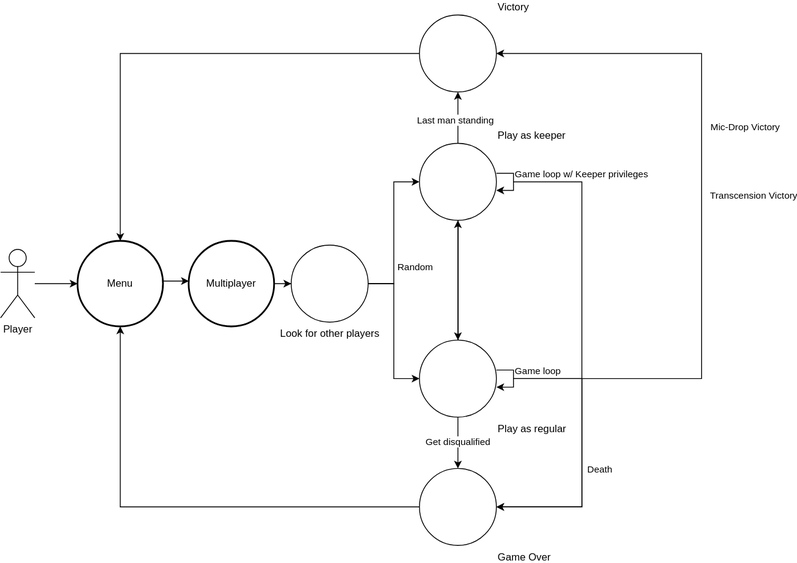
Before: TheProspector/Assets/Schematics/Use_case.svg, a diagram exported from draw.io (SakuNurmiranta/TheProspector). Source tidied: cells renumbered, new cells last; positions are measured from the earlier drawing's top-left corner, leaving out a move shared by most shapes.
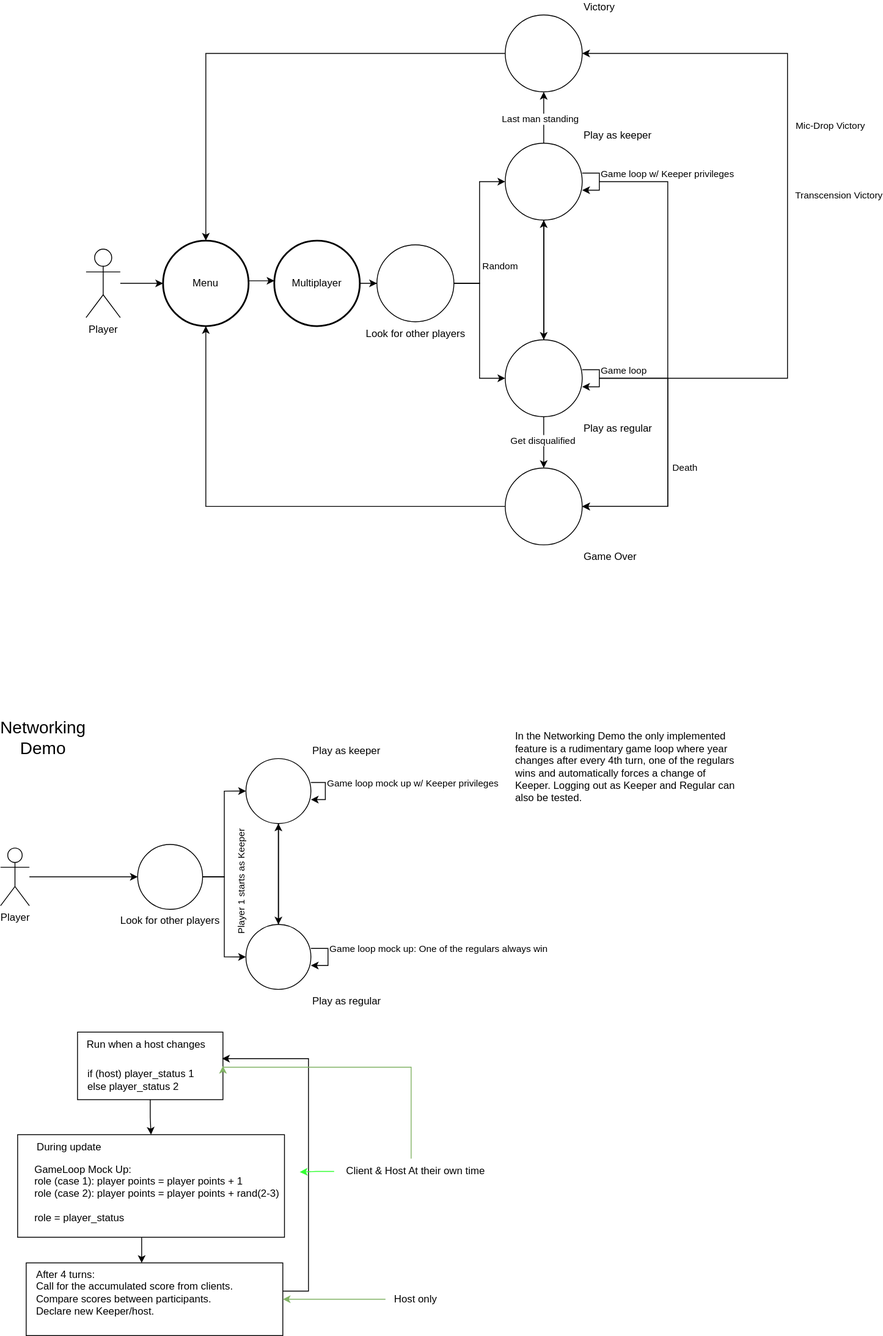
Above is the later version.

Change to the diagram source:
```diff
@@ -132,5 +132,132 @@
     <mxCell id="32" style="edgeStyle=orthogonalEdgeStyle;rounded=0;jettySize=auto;html=1;entryX=0;entryY=0.5;entryDx=0;entryDy=0;entryPerimeter=0;" parent="1" edge="1" source="2" target="30">
       <mxGeometry relative="1" as="geometry" />
     </mxCell>
+    <mxCell id="33" value="Networking Demo" style="text;html=1;strokeColor=none;fillColor=none;align=center;verticalAlign=middle;whiteSpace=wrap;rounded=0;fontSize=20;" parent="1" vertex="1">
+      <mxGeometry x="-80" y="830" width="60" height="30" as="geometry" />
+    </mxCell>
+    <mxCell id="34" value="In the Networking Demo the only implemented feature is a rudimentary game loop where year changes after every 4th turn, one of the regulars wins and automatically forces a change of Keeper. Logging out as Keeper and Regular can also be tested." style="text;html=1;strokeColor=none;fillColor=none;align=left;verticalAlign=middle;whiteSpace=wrap;rounded=0;labelPosition=center;verticalLabelPosition=middle;" parent="1" vertex="1">
+      <mxGeometry x="500" y="830" width="260" height="100" as="geometry" />
+    </mxCell>
+    <mxCell id="35" style="group;" parent="1" vertex="1">
+      <mxGeometry x="-100" y="870" width="379.7" height="270" as="geometry" />
+    </mxCell>
+    <mxCell id="36" value="Player&lt;br&gt;" style="shape=umlActor;verticalLabelPosition=bottom;verticalAlign=top;html=1;" parent="35" vertex="1">
+      <mxGeometry y="104.6" width="33.8" height="67.5" as="geometry" />
+    </mxCell>
+    <mxCell id="37" value="Look for other players" style="verticalLabelPosition=bottom;verticalAlign=top;html=1;shape=mxgraph.flowchart.on-page_reference;" parent="35" vertex="1">
+      <mxGeometry x="160.3" y="100.4" width="75.9" height="75.9" as="geometry" />
+    </mxCell>
+    <mxCell id="38" style="edgeStyle=orthogonalEdgeStyle;rounded=0;jettySize=auto;html=1;" parent="35" edge="1" source="36" target="37">
+      <mxGeometry relative="1" as="geometry" />
+    </mxCell>
+    <mxCell id="39" style="edgeStyle=orthogonalEdgeStyle;rounded=0;jettySize=auto;html=1;" parent="35" edge="1" source="40">
+      <mxGeometry relative="1" as="geometry">
+        <mxPoint x="324.8" y="227.8" as="targetPoint" />
+      </mxGeometry>
+    </mxCell>
+    <mxCell id="40" value="Play as keeper" style="verticalLabelPosition=top;verticalAlign=bottom;html=1;shape=mxgraph.flowchart.on-page_reference;labelPosition=right;align=left;" parent="35" vertex="1">
+      <mxGeometry x="286.9" width="75.9" height="75.9" as="geometry" />
+    </mxCell>
+    <mxCell id="41" value="Play as regular&lt;br&gt;" style="verticalLabelPosition=bottom;verticalAlign=top;html=1;shape=mxgraph.flowchart.on-page_reference;labelPosition=right;align=left;" parent="35" vertex="1">
+      <mxGeometry x="286.9" y="194.1" width="75.9" height="75.9" as="geometry" />
+    </mxCell>
+    <mxCell id="42" style="edgeStyle=orthogonalEdgeStyle;rounded=0;jettySize=auto;html=1;entryX=0;entryY=0.5;entryDx=0;entryDy=0;entryPerimeter=0;" parent="35" edge="1" source="37" target="40">
+      <mxGeometry relative="1" as="geometry" />
+    </mxCell>
+    <mxCell id="43" value="Player 1 starts as Keeper" style="edgeLabel;html=1;align=center;verticalAlign=middle;rotation=-90;" parent="42" vertex="1">
+      <mxGeometry x="-0.21" relative="1" as="geometry">
+        <mxPoint x="20" y="41" as="offset" />
+      </mxGeometry>
+    </mxCell>
+    <mxCell id="44" style="edgeStyle=orthogonalEdgeStyle;rounded=0;jettySize=auto;html=1;entryX=0;entryY=0.5;entryDx=0;entryDy=0;entryPerimeter=0;" parent="35" edge="1" source="37" target="41">
+      <mxGeometry relative="1" as="geometry" />
+    </mxCell>
+    <mxCell id="45" style="edgeStyle=orthogonalEdgeStyle;rounded=0;jettySize=auto;html=1;entryX=0.5;entryY=1;entryDx=0;entryDy=0;entryPerimeter=0;" parent="35" edge="1" source="41" target="40">
+      <mxGeometry relative="1" as="geometry" />
+    </mxCell>
+    <mxCell id="46" value="Game loop mock up: One of the regulars always win" style="edgeStyle=orthogonalEdgeStyle;rounded=0;orthogonalLoop=1;jettySize=auto;html=1;elbow=vertical;labelPosition=right;verticalLabelPosition=top;align=left;verticalAlign=bottom;" parent="35" edge="1" source="41" target="41">
+      <mxGeometry relative="1" as="geometry" />
+    </mxCell>
+    <mxCell id="47" style="edgeStyle=orthogonalEdgeStyle;rounded=0;jettySize=auto;html=1;" parent="35" edge="1" source="40" target="41">
+      <mxGeometry relative="1" as="geometry" />
+    </mxCell>
+    <mxCell id="48" value="Game loop mock up w/ Keeper privileges" style="edgeStyle=orthogonalEdgeStyle;rounded=0;orthogonalLoop=1;jettySize=auto;html=1;elbow=vertical;labelPosition=right;verticalLabelPosition=top;align=left;verticalAlign=bottom;" parent="35" edge="1" source="40" target="40">
+      <mxGeometry relative="1" as="geometry">
+        <Array as="points">
+          <mxPoint x="379.7" y="38" />
+        </Array>
+      </mxGeometry>
+    </mxCell>
+    <mxCell id="49" style="group;" parent="1" vertex="1">
+      <mxGeometry x="-80" y="1310" width="340" height="120" as="geometry" />
+    </mxCell>
+    <mxCell id="50" style="whiteSpace=wrap;html=1;" parent="49" vertex="1">
+      <mxGeometry width="311.9" height="120" as="geometry" />
+    </mxCell>
+    <mxCell id="51" value="GameLoop Mock Up:&lt;br style=&quot;border-color: var(--border-color);&quot;&gt;&lt;span style=&quot;&quot;&gt;role (case 1): player points = player points + 1&lt;/span&gt;&lt;br style=&quot;border-color: var(--border-color);&quot;&gt;&lt;span style=&quot;&quot;&gt;role (case 2): player points = player points + rand(2-3)&lt;br&gt;&lt;br&gt;role = player_status&lt;br&gt;&lt;/span&gt;" style="text;html=1;align=left;verticalAlign=middle;points=[];strokeColor=none;fillColor=none;" parent="49" vertex="1">
+      <mxGeometry x="17.7" y="24.1" width="310" height="90" as="geometry" />
+    </mxCell>
+    <mxCell id="52" value="During update" style="text;html=1;align=center;verticalAlign=middle;strokeColor=none;fillColor=none;" parent="49" vertex="1">
+      <mxGeometry x="10.4" width="100" height="30" as="geometry" />
+    </mxCell>
+    <mxCell id="53" style="group;" parent="1" vertex="1">
+      <mxGeometry x="-10" y="1190" width="170" height="79" as="geometry" />
+    </mxCell>
+    <mxCell id="54" style="whiteSpace=wrap;html=1;" parent="53" vertex="1">
+      <mxGeometry width="170" height="79" as="geometry" />
+    </mxCell>
+    <mxCell id="55" value="&lt;br&gt;if (host) player_status 1&lt;br&gt;else player_status 2" style="text;html=1;align=left;verticalAlign=middle;points=[];strokeColor=none;fillColor=none;" parent="53" vertex="1">
+      <mxGeometry x="10" y="19" width="150" height="60" as="geometry" />
+    </mxCell>
+    <mxCell id="56" value="Run when a host changes" style="text;html=1;align=center;verticalAlign=middle;strokeColor=none;fillColor=none;" parent="53" vertex="1">
+      <mxGeometry width="160" height="30" as="geometry" />
+    </mxCell>
+    <mxCell id="57" style="group;" parent="1" vertex="1">
+      <mxGeometry x="-70" y="1460" width="300" height="85" as="geometry" />
+    </mxCell>
+    <mxCell id="58" style="whiteSpace=wrap;html=1;" parent="57" vertex="1">
+      <mxGeometry width="300" height="85" as="geometry" />
+    </mxCell>
+    <mxCell id="59" value="After 4 turns:&lt;br&gt;&lt;div style=&quot;&quot;&gt;&lt;span style=&quot;background-color: initial;&quot;&gt;Call for the accumulated score from clients.&lt;/span&gt;&lt;/div&gt;&lt;div style=&quot;&quot;&gt;&lt;span style=&quot;background-color: initial;&quot;&gt;Compare scores between participants.&lt;/span&gt;&lt;/div&gt;&lt;div style=&quot;&quot;&gt;&lt;span style=&quot;background-color: initial;&quot;&gt;Declare new Keeper/host.&lt;/span&gt;&lt;/div&gt;" style="text;html=1;align=left;verticalAlign=middle;points=[];strokeColor=none;fillColor=none;" parent="57" vertex="1">
+      <mxGeometry x="10" width="250" height="70" as="geometry" />
+    </mxCell>
+    <mxCell id="60" style="edgeStyle=orthogonalEdgeStyle;rounded=0;jettySize=auto;html=1;" parent="1" edge="1" source="55" target="50">
+      <mxGeometry relative="1" as="geometry" />
+    </mxCell>
+    <mxCell id="61" style="edgeStyle=orthogonalEdgeStyle;rounded=0;jettySize=auto;html=1;entryX=0.994;entryY=0.38;entryDx=0;entryDy=0;entryPerimeter=0;" parent="1" edge="1" source="58" target="54">
+      <mxGeometry relative="1" as="geometry">
+        <Array as="points">
+          <mxPoint x="260" y="1493" />
+          <mxPoint x="260" y="1221" />
+        </Array>
+      </mxGeometry>
+    </mxCell>
+    <mxCell id="62" style="edgeStyle=orthogonalEdgeStyle;rounded=0;jettySize=auto;html=1;entryX=1;entryY=0.5;entryDx=0;entryDy=0;fillColor=#d5e8d4;strokeColor=#82b366;" parent="1" edge="1" source="63" target="54">
+      <mxGeometry relative="1" as="geometry">
+        <Array as="points">
+          <mxPoint x="380" y="1231" />
+        </Array>
+      </mxGeometry>
+    </mxCell>
+    <mxCell id="63" value="Client &amp;amp; Host At their own time" style="text;html=1;align=center;verticalAlign=middle;points=[];strokeColor=none;fillColor=none;" parent="1" vertex="1">
+      <mxGeometry x="290" y="1338" width="190" height="30" as="geometry" />
+    </mxCell>
+    <mxCell id="64" style="edgeStyle=orthogonalEdgeStyle;rounded=0;jettySize=auto;html=1;entryX=1.007;entryY=0.217;entryDx=0;entryDy=0;entryPerimeter=0;fontColor=#33FF33;strokeColor=#33FF33;" parent="1" edge="1" source="63" target="51">
+      <mxGeometry relative="1" as="geometry" />
+    </mxCell>
+    <mxCell id="65" style="edgeStyle=orthogonalEdgeStyle;rounded=0;jettySize=auto;html=1;" parent="1" edge="1" source="50" target="59">
+      <mxGeometry relative="1" as="geometry">
+        <Array as="points">
+          <mxPoint x="65" y="1440" />
+          <mxPoint x="65" y="1440" />
+        </Array>
+      </mxGeometry>
+    </mxCell>
+    <mxCell id="66" style="edgeStyle=orthogonalEdgeStyle;rounded=0;jettySize=auto;html=1;fillColor=#d5e8d4;strokeColor=#82b366;" parent="1" edge="1" source="67" target="58">
+      <mxGeometry relative="1" as="geometry" />
+    </mxCell>
+    <mxCell id="67" value="Host only" style="text;html=1;align=center;verticalAlign=middle;points=[];strokeColor=none;fillColor=none;" parent="1" vertex="1">
+      <mxGeometry x="350" y="1487.5" width="70" height="30" as="geometry" />
+    </mxCell>
   </root>
 </mxGraphModel>
```
